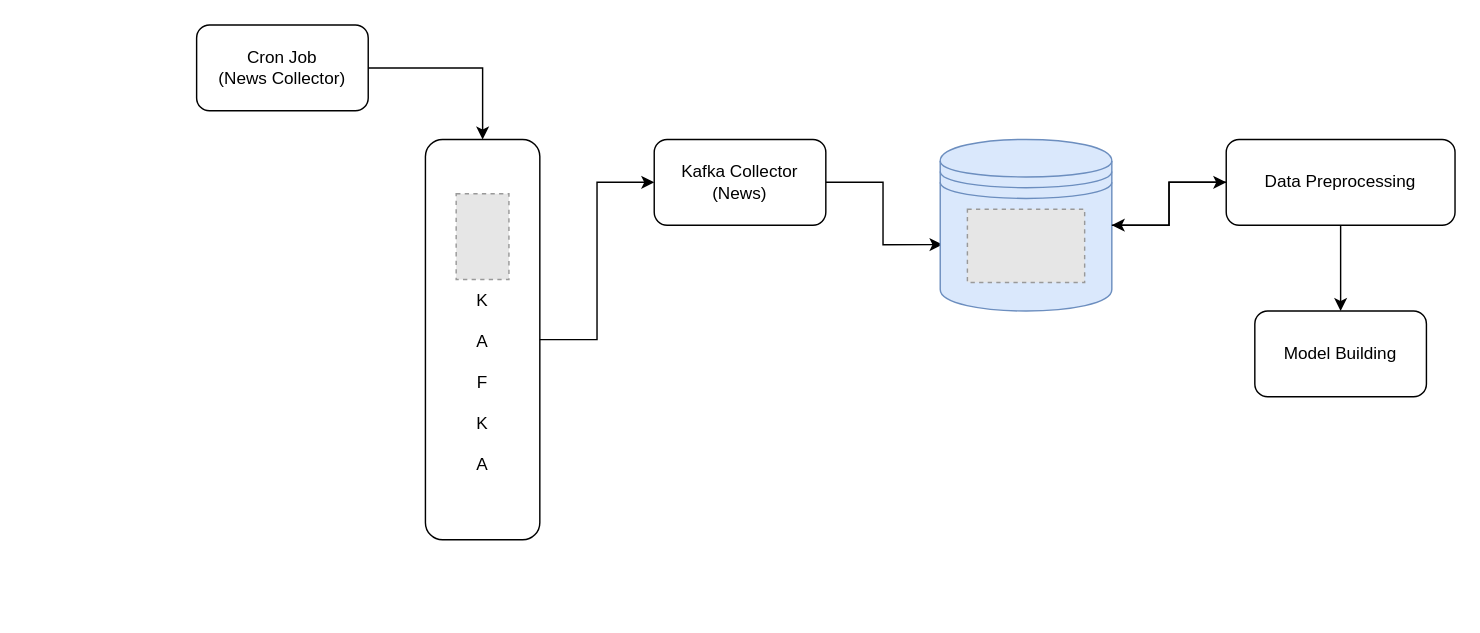
Before: CapstonProjectArchitecture.drawio in purnendukar/CapstoneProject, a draw.io diagram. Source tidied: cells renumbered, new cells numbered last; positions are measured from the earlier drawing's top-left corner, leaving out a move shared by most shapes. Both pictures are drawn from the tidied source at 143%, with x=0, y=0 at pixel (196, 24). Pictures stored in the file or linked from it are replaced by grey dashed boxes.
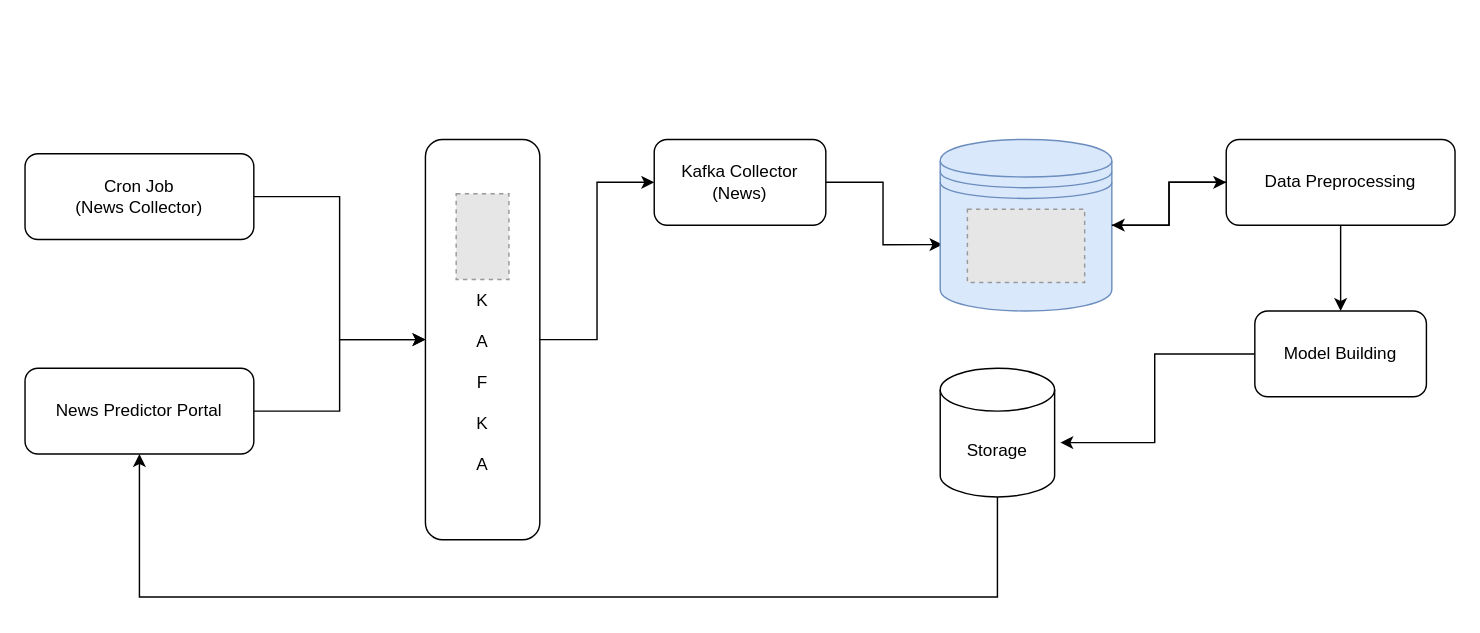
After the change.

The change refers to these unchanged cells:
```xml
<mxCell id="5" style="rounded=1;whiteSpace=wrap;html=1;rotation=90;" parent="4" vertex="1">
  <mxGeometry x="-100" y="100" width="280" height="80" as="geometry" />
</mxCell>
<mxCell id="17" value="Model Building" style="rounded=1;whiteSpace=wrap;html=1;" parent="1" vertex="1">
  <mxGeometry x="740" y="200" width="120" height="60" as="geometry" />
</mxCell>
```

Change to the diagram source:
```diff
@@
-    <mxCell id="2" style="edgeStyle=orthogonalEdgeStyle;rounded=0;jettySize=auto;html=1;entryX=0;entryY=0.5;entryDx=0;entryDy=0;" parent="1" edge="1" source="3" target="5">
+    <mxCell id="2" style="edgeStyle=orthogonalEdgeStyle;rounded=0;jettySize=auto;html=1;entryX=0.5;entryY=1;entryDx=0;entryDy=0;" parent="1" edge="1" source="3" target="5">
       <mxGeometry relative="1" as="geometry" />
     </mxCell>
     <mxCell id="3" value="Cron Job&lt;br&gt;(News Collector)" style="rounded=1;whiteSpace=wrap;html=1;" parent="1" vertex="1">
-      <mxGeometry width="120" height="60" as="geometry" />
+      <mxGeometry x="-120" y="90" width="160" height="60" as="geometry" />
     </mxCell>
@@
+    <mxCell id="19" style="edgeStyle=orthogonalEdgeStyle;rounded=0;jettySize=auto;html=1;entryX=1.05;entryY=0.578;entryDx=0;entryDy=0;entryPerimeter=0;" parent="1" edge="1" source="17" target="21">
+      <mxGeometry relative="1" as="geometry" />
+    </mxCell>
@@
+    <mxCell id="20" style="edgeStyle=orthogonalEdgeStyle;rounded=0;jettySize=auto;html=1;entryX=0.5;entryY=1;entryDx=0;entryDy=0;" parent="1" edge="1" source="21" target="23">
+      <mxGeometry relative="1" as="geometry">
+        <Array as="points">
+          <mxPoint x="560" y="400" />
+          <mxPoint x="-40" y="400" />
+        </Array>
+      </mxGeometry>
+    </mxCell>
+    <mxCell id="21" value="Storage" style="shape=cylinder3;whiteSpace=wrap;html=1;boundedLbl=1;backgroundOutline=1;size=15;" parent="1" vertex="1">
+      <mxGeometry x="520" y="240" width="80" height="90" as="geometry" />
+    </mxCell>
+    <mxCell id="22" style="edgeStyle=orthogonalEdgeStyle;rounded=0;jettySize=auto;html=1;entryX=0.5;entryY=1;entryDx=0;entryDy=0;" parent="1" edge="1" source="23" target="5">
+      <mxGeometry relative="1" as="geometry" />
+    </mxCell>
+    <mxCell id="23" value="News Predictor Portal" style="rounded=1;whiteSpace=wrap;html=1;" parent="1" vertex="1">
+      <mxGeometry x="-120" y="240" width="160" height="60" as="geometry" />
+    </mxCell>
```
